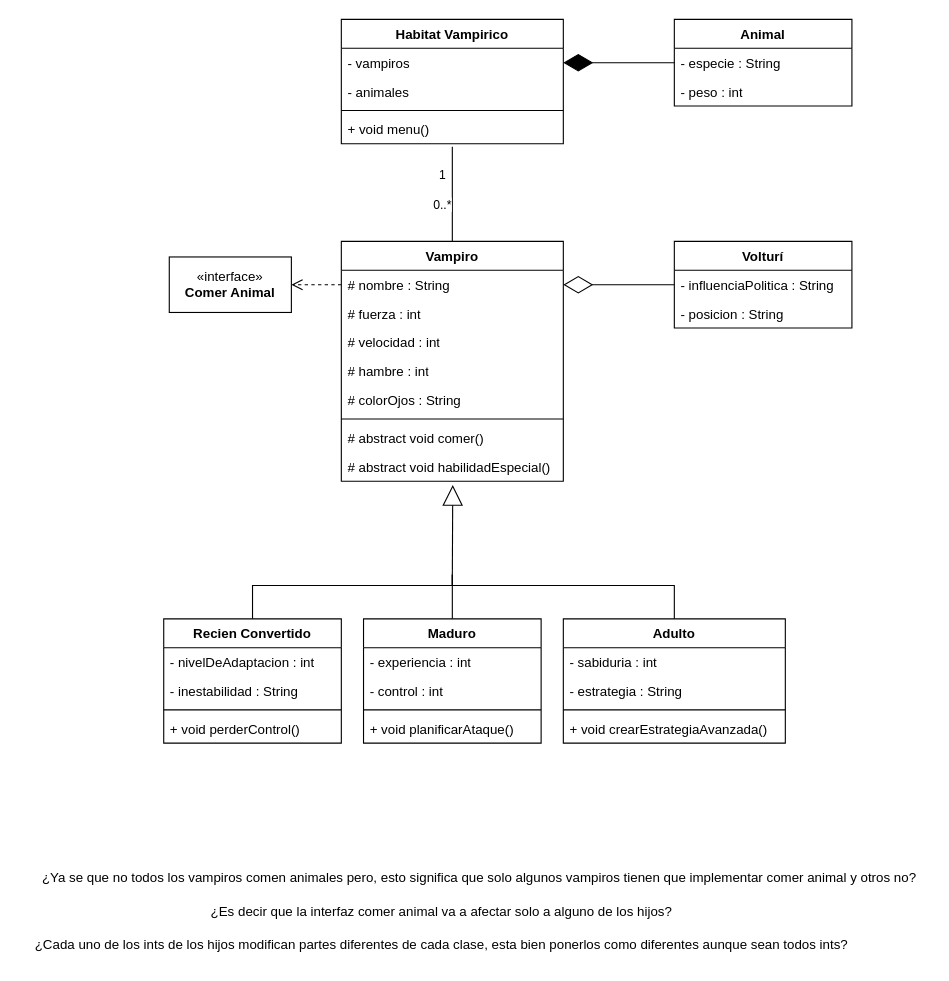
Before: diagramas_y_consigna/UML_GestionCrepusculo.drawio in tomascortina/TP_POOI_Soriano_Cortina, a draw.io diagram. Source tidied: cells renumbered, new cells numbered last; positions are measured from the earlier drawing's top-left corner, leaving out a move shared by most shapes. Both pictures are drawn from the tidied source at 111%, with x=0, y=0 at pixel (19, 19).
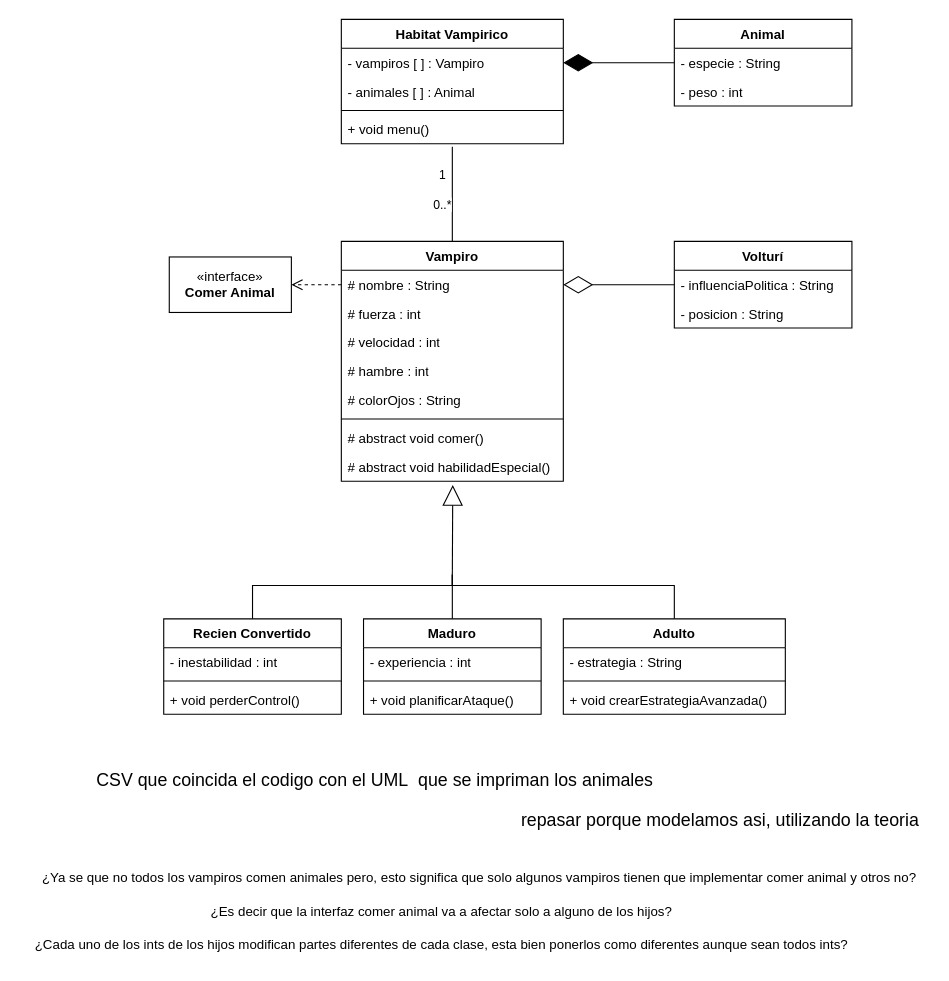
Above is the later version.

The change refers to these unchanged cells:
```xml
<mxCell id="2" value="Habitat Vampirico" style="swimlane;fontStyle=1;align=center;verticalAlign=top;horizontal=1;startSize=26;whiteSpace=wrap;html=1;" parent="1" vertex="1">
  <mxGeometry x="290" width="200" height="112" as="geometry" />
</mxCell>
```

Diff of the diagram source:
```diff
@@
-    <mxCell id="3" value="- vampiros" style="text;strokeColor=none;fillColor=none;align=left;verticalAlign=top;spacingLeft=4;spacingRight=4;overflow=hidden;points=[[0,0.5],[1,0.5]];portConstraint=eastwest;whiteSpace=wrap;html=1;" parent="2" vertex="1">
+    <mxCell id="3" value="- vampiros [ ] : Vampiro" style="text;strokeColor=none;fillColor=none;align=left;verticalAlign=top;spacingLeft=4;spacingRight=4;overflow=hidden;points=[[0,0.5],[1,0.5]];portConstraint=eastwest;whiteSpace=wrap;html=1;" parent="2" vertex="1">
       <mxGeometry y="26" width="200" height="26" as="geometry" />
     </mxCell>
-    <mxCell id="4" value="- animales&amp;nbsp;" style="text;strokeColor=none;fillColor=none;align=left;verticalAlign=top;spacingLeft=4;spacingRight=4;overflow=hidden;whiteSpace=wrap;html=1;" parent="2" vertex="1">
+    <mxCell id="4" value="- animales [ ] : Animal" style="text;strokeColor=none;fillColor=none;align=left;verticalAlign=top;spacingLeft=4;spacingRight=4;overflow=hidden;whiteSpace=wrap;html=1;" parent="2" vertex="1">
       <mxGeometry y="52" width="200" height="26" as="geometry" />
     </mxCell>
@@
     <mxCell id="16" value="Recien Convertido" style="swimlane;fontStyle=1;align=center;verticalAlign=top;horizontal=1;startSize=26;whiteSpace=wrap;html=1;" parent="1" vertex="1">
-      <mxGeometry x="130" y="540" width="160" height="112" as="geometry" />
+      <mxGeometry x="130" y="540" width="160" height="86" as="geometry" />
     </mxCell>
-    <mxCell id="17" value="- nivelDeAdaptacion : int" style="text;strokeColor=none;fillColor=none;align=left;verticalAlign=top;spacingLeft=4;spacingRight=4;overflow=hidden;whiteSpace=wrap;html=1;" parent="16" vertex="1">
-      <mxGeometry y="26" width="160" height="26" as="geometry" />
-    </mxCell>
-    <mxCell id="18" value="- inestabilidad : String" style="text;strokeColor=none;fillColor=none;align=left;verticalAlign=top;spacingLeft=4;spacingRight=4;overflow=hidden;whiteSpace=wrap;html=1;" parent="16" vertex="1">
-      <mxGeometry y="52" width="160" height="26" as="geometry" />
+    <mxCell id="18" value="- inestabilidad : int" style="text;strokeColor=none;fillColor=none;align=left;verticalAlign=top;spacingLeft=4;spacingRight=4;overflow=hidden;whiteSpace=wrap;html=1;" parent="16" vertex="1">
+      <mxGeometry y="26" width="160" height="26" as="geometry" />
     </mxCell>
     <mxCell id="19" style="line;strokeWidth=1;fillColor=none;align=left;verticalAlign=middle;spacingTop=-1;spacingLeft=3;spacingRight=3;labelPosition=right;strokeColor=inherit;" parent="16" vertex="1">
-      <mxGeometry y="78" width="160" height="8" as="geometry" />
+      <mxGeometry y="52" width="160" height="8" as="geometry" />
     </mxCell>
     <mxCell id="20" value="+ void perderControl()" style="text;strokeColor=none;fillColor=none;align=left;verticalAlign=top;spacingLeft=4;spacingRight=4;overflow=hidden;whiteSpace=wrap;html=1;" parent="16" vertex="1">
-      <mxGeometry y="86" width="160" height="26" as="geometry" />
+      <mxGeometry y="60" width="160" height="26" as="geometry" />
     </mxCell>
     <mxCell id="21" value="Maduro" style="swimlane;fontStyle=1;align=center;verticalAlign=top;horizontal=1;startSize=26;whiteSpace=wrap;html=1;" parent="1" vertex="1">
-      <mxGeometry x="310" y="540" width="160" height="112" as="geometry" />
+      <mxGeometry x="310" y="540" width="160" height="86" as="geometry" />
     </mxCell>
@@
-    <mxCell id="23" value="- control : int" style="text;strokeColor=none;fillColor=none;align=left;verticalAlign=top;spacingLeft=4;spacingRight=4;overflow=hidden;whiteSpace=wrap;html=1;" parent="21" vertex="1">
-      <mxGeometry y="52" width="160" height="26" as="geometry" />
-    </mxCell>
     <mxCell id="24" style="line;strokeWidth=1;fillColor=none;align=left;verticalAlign=middle;spacingTop=-1;spacingLeft=3;spacingRight=3;labelPosition=right;strokeColor=inherit;" parent="21" vertex="1">
-      <mxGeometry y="78" width="160" height="8" as="geometry" />
+      <mxGeometry y="52" width="160" height="8" as="geometry" />
     </mxCell>
     <mxCell id="25" value="+ void planificarAtaque()" style="text;strokeColor=none;fillColor=none;align=left;verticalAlign=top;spacingLeft=4;spacingRight=4;overflow=hidden;whiteSpace=wrap;html=1;" parent="21" vertex="1">
-      <mxGeometry y="86" width="160" height="26" as="geometry" />
+      <mxGeometry y="60" width="160" height="26" as="geometry" />
     </mxCell>
     <mxCell id="26" value="Adulto" style="swimlane;fontStyle=1;align=center;verticalAlign=top;horizontal=1;startSize=26;whiteSpace=wrap;html=1;" parent="1" vertex="1">
-      <mxGeometry x="490" y="540" width="200" height="112" as="geometry" />
+      <mxGeometry x="490" y="540" width="200" height="86" as="geometry" />
     </mxCell>
-    <mxCell id="27" value="- sabiduria : int" style="text;strokeColor=none;fillColor=none;align=left;verticalAlign=top;spacingLeft=4;spacingRight=4;overflow=hidden;whiteSpace=wrap;html=1;" parent="26" vertex="1">
-      <mxGeometry y="26" width="200" height="26" as="geometry" />
-    </mxCell>
     <mxCell id="28" value="- estrategia : String" style="text;strokeColor=none;fillColor=none;align=left;verticalAlign=top;spacingLeft=4;spacingRight=4;overflow=hidden;whiteSpace=wrap;html=1;" parent="26" vertex="1">
-      <mxGeometry y="52" width="200" height="26" as="geometry" />
+      <mxGeometry y="26" width="200" height="26" as="geometry" />
     </mxCell>
     <mxCell id="29" style="line;strokeWidth=1;fillColor=none;align=left;verticalAlign=middle;spacingTop=-1;spacingLeft=3;spacingRight=3;labelPosition=right;strokeColor=inherit;" parent="26" vertex="1">
-      <mxGeometry y="78" width="200" height="8" as="geometry" />
+      <mxGeometry y="52" width="200" height="8" as="geometry" />
     </mxCell>
     <mxCell id="30" value="+ void crearEstrategiaAvanzada()" style="text;strokeColor=none;fillColor=none;align=left;verticalAlign=top;spacingLeft=4;spacingRight=4;overflow=hidden;whiteSpace=wrap;html=1;" parent="26" vertex="1">
-      <mxGeometry y="86" width="200" height="26" as="geometry" />
+      <mxGeometry y="60" width="200" height="26" as="geometry" />
     </mxCell>
@@
+    <mxCell id="51" value="CSV que coincida el codigo con el UML&amp;nbsp; que se impriman los animales" style="text;html=1;align=center;verticalAlign=middle;strokeColor=none;fillColor=none;fontSize=16;" parent="1" vertex="1">
+      <mxGeometry x="60" y="670" width="520" height="30" as="geometry" />
+    </mxCell>
+    <mxCell id="52" value="repasar porque modelamos asi, utilizando la teoria" style="text;html=1;align=center;verticalAlign=middle;strokeColor=none;fillColor=none;fontSize=16;" parent="1" vertex="1">
+      <mxGeometry x="441" y="706" width="380" height="30" as="geometry" />
+    </mxCell>
```
